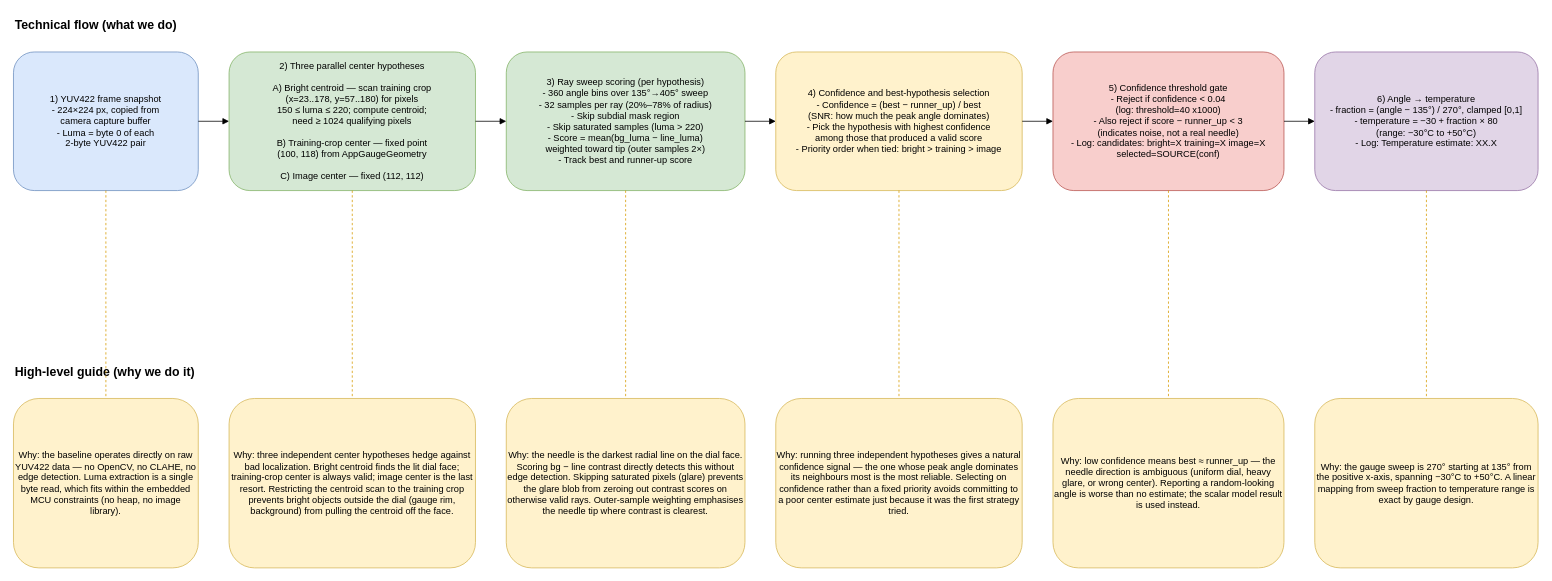
Above: page "Classical_CV_Baseline_Process" (2 of 2) of docs/process_diagrams.drawio in rishi-latchmepersad/embedded-gauge-reading-tinyml (draw.io), before the change. Source tidied: cells renumbered, new cells numbered last; positions are measured from the earlier drawing's top-left corner, leaving out a move shared by most shapes. Both pictures are drawn from the tidied source at 77%, with x=0, y=0 at pixel (13, 13).
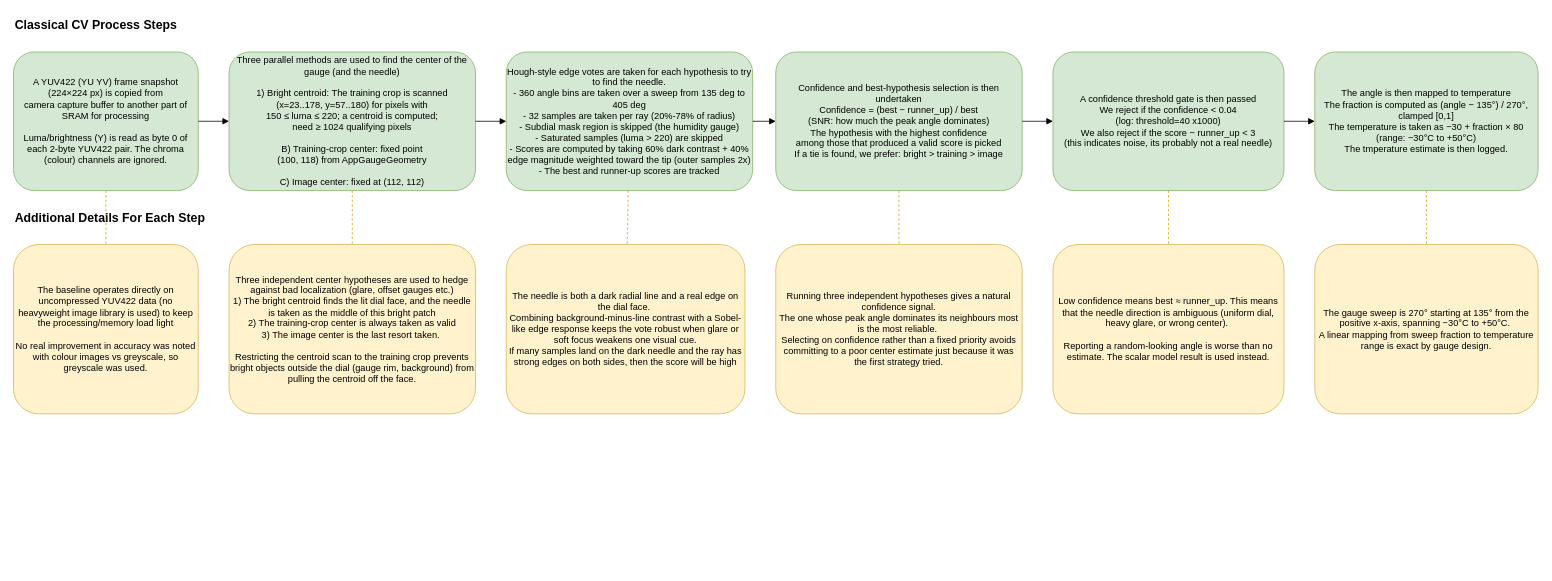
The same page after the edit.

The edit, as a diff of the source:
```diff
@@
-    <mxCell id="2" value="Technical flow (what we do)" style="text;html=1;strokeColor=none;fillColor=none;align=left;verticalAlign=middle;fontStyle=1;fontSize=16;" parent="1" vertex="1">
+    <mxCell id="2" value="Classical CV Process Steps" style="text;html=1;strokeColor=none;fillColor=none;align=left;verticalAlign=middle;fontStyle=1;fontSize=16;" parent="1" vertex="1">
       <mxGeometry width="350" height="30" as="geometry" />
     </mxCell>
-    <mxCell id="3" value="High-level guide (why we do it)" style="text;html=1;strokeColor=none;fillColor=none;align=left;verticalAlign=middle;fontStyle=1;fontSize=16;" parent="1" vertex="1">
-      <mxGeometry y="450" width="360" height="30" as="geometry" />
+    <mxCell id="3" value="Additional Details For Each Step" style="text;html=1;strokeColor=none;fillColor=none;align=left;verticalAlign=middle;fontStyle=1;fontSize=16;" parent="1" vertex="1">
+      <mxGeometry y="250" width="360" height="30" as="geometry" />
     </mxCell>
-    <mxCell id="4" value="1) YUV422 frame snapshot&lt;br&gt;- 224×224 px, copied from&lt;br&gt;  camera capture buffer&lt;br&gt;- Luma = byte 0 of each&lt;br&gt;  2-byte YUV422 pair" style="rounded=1;whiteSpace=wrap;html=1;fillColor=#dae8fc;strokeColor=#6c8ebf;" parent="1" vertex="1">
+    <mxCell id="4" value="A YUV422 (YU YV) frame snapshot&lt;br&gt;(224×224 px) is copied from&lt;br&gt;  camera capture buffer to another part of SRAM for processing&lt;div&gt;&lt;br&gt;Luma/brightness (Y) is read as byte 0 of each 2-byte YUV422 pair. The chroma (colour) channels are ignored.&lt;/div&gt;" style="rounded=1;whiteSpace=wrap;html=1;fillColor=#d5e8d4;strokeColor=#82b366;" parent="1" vertex="1">
       <mxGeometry y="50" width="240" height="180" as="geometry" />
     </mxCell>
-    <mxCell id="5" value="2) Three parallel center hypotheses&lt;br&gt;&lt;br&gt;A) Bright centroid — scan training crop&lt;br&gt;  (x=23..178, y=57..180) for pixels&lt;br&gt;  150 ≤ luma ≤ 220; compute centroid;&lt;br&gt;  need ≥ 1024 qualifying pixels&lt;br&gt;&lt;br&gt;B) Training-crop center — fixed point&lt;br&gt;  (100, 118) from AppGaugeGeometry&lt;br&gt;&lt;br&gt;C) Image center — fixed (112, 112)" style="rounded=1;whiteSpace=wrap;html=1;fillColor=#d5e8d4;strokeColor=#82b366;" parent="1" vertex="1">
+    <mxCell id="5" value="Three parallel methods are used to find the center of the gauge (and the needle)&lt;br&gt;&lt;br&gt;1) Bright centroid: The training crop is scanned&lt;br&gt;  (x=23..178, y=57..180) for pixels with&lt;br&gt;  150 ≤ luma ≤ 220; a centroid is computed;&lt;br&gt;  need ≥ 1024 qualifying pixels&lt;br&gt;&lt;br&gt;B) Training-crop center: fixed point&lt;br&gt;  (100, 118) from AppGaugeGeometry&lt;br&gt;&lt;br&gt;C) Image center: fixed at (112, 112)" style="rounded=1;whiteSpace=wrap;html=1;fillColor=#d5e8d4;strokeColor=#82b366;" parent="1" vertex="1">
       <mxGeometry x="280" y="50" width="320" height="180" as="geometry" />
     </mxCell>
-    <mxCell id="6" value="3) Ray sweep scoring (per hypothesis)&lt;br&gt;- 360 angle bins over 135°→405° sweep&lt;br&gt;- 32 samples per ray (20%–78% of radius)&lt;br&gt;- Skip subdial mask region&lt;br&gt;- Skip saturated samples (luma &gt; 220)&lt;br&gt;- Score = mean(bg_luma − line_luma)&lt;br&gt;  weighted toward tip (outer samples 2×)&lt;br&gt;- Track best and runner-up score" style="rounded=1;whiteSpace=wrap;html=1;fillColor=#d5e8d4;strokeColor=#82b366;" parent="1" vertex="1">
-      <mxGeometry x="640" y="50" width="310" height="180" as="geometry" />
+    <mxCell id="6" value="Hough-style edge votes are taken for each hypothesis to try to find the needle.&lt;br&gt;- 360 angle bins are taken over a sweep from 135 deg to 405 deg&lt;br&gt;- 32 samples are taken per ray (20%-78% of radius)&lt;br&gt;- Subdial mask region is skipped (the humidity gauge)&lt;br&gt;- Saturated samples (luma &amp;gt; 220) are skipped&lt;br&gt;- Scores are computed by taking 60% dark contrast + 40% edge magnitude weighted toward the tip (outer samples 2x)&lt;br&gt;- The best and runner-up scores are tracked" style="rounded=1;whiteSpace=wrap;html=1;fillColor=#d5e8d4;strokeColor=#82b366;" parent="1" vertex="1">
+      <mxGeometry x="640" y="50" width="320" height="180" as="geometry" />
     </mxCell>
-    <mxCell id="7" value="4) Confidence and best-hypothesis selection&lt;br&gt;- Confidence = (best − runner_up) / best&lt;br&gt;  (SNR: how much the peak angle dominates)&lt;br&gt;- Pick the hypothesis with highest confidence&lt;br&gt;  among those that produced a valid score&lt;br&gt;- Priority order when tied: bright &gt; training &gt; image" style="rounded=1;whiteSpace=wrap;html=1;fillColor=#fff2cc;strokeColor=#d6b656;" parent="1" vertex="1">
+    <mxCell id="7" value="Confidence and best-hypothesis selection is then undertaken&lt;br&gt;Confidence = (best − runner_up) / best&lt;br&gt;  (SNR: how much the peak angle dominates)&lt;br&gt;The hypothesis with the highest confidence&lt;br&gt;  among those that produced a valid score is picked&lt;br&gt;If a tie is found, we prefer: bright &amp;gt; training &amp;gt; image" style="rounded=1;whiteSpace=wrap;html=1;fillColor=#d5e8d4;strokeColor=#82b366;" parent="1" vertex="1">
       <mxGeometry x="990" y="50" width="320" height="180" as="geometry" />
     </mxCell>
-    <mxCell id="8" value="5) Confidence threshold gate&lt;br&gt;- Reject if confidence &lt; 0.04&lt;br&gt;  (log: threshold=40 x1000)&lt;br&gt;- Also reject if score − runner_up &lt; 3&lt;br&gt;  (indicates noise, not a real needle)&lt;br&gt;- Log: candidates: bright=X training=X image=X&lt;br&gt;  selected=SOURCE(conf)" style="rounded=1;whiteSpace=wrap;html=1;fillColor=#f8cecc;strokeColor=#b85450;" parent="1" vertex="1">
+    <mxCell id="8" value="A confidence threshold gate is then passed&lt;br&gt;We reject if the confidence &amp;lt; 0.04&lt;br&gt;  (log: threshold=40 x1000)&lt;br&gt;We also reject if the score − runner_up &amp;lt; 3&lt;br&gt;  (this indicates noise, its probably not a real needle)" style="rounded=1;whiteSpace=wrap;html=1;fillColor=#d5e8d4;strokeColor=#82b366;" parent="1" vertex="1">
       <mxGeometry x="1350" y="50" width="300" height="180" as="geometry" />
     </mxCell>
-    <mxCell id="9" value="6) Angle → temperature&lt;br&gt;- fraction = (angle − 135°) / 270°, clamped [0,1]&lt;br&gt;- temperature = −30 + fraction × 80&lt;br&gt;  (range: −30°C to +50°C)&lt;br&gt;- Log: Temperature estimate: XX.X" style="rounded=1;whiteSpace=wrap;html=1;fillColor=#e1d5e7;strokeColor=#9673a6;" parent="1" vertex="1">
+    <mxCell id="9" value="The angle is then mapped to temperature&lt;br&gt;The fraction is computed as (angle − 135°) / 270°, clamped [0,1]&lt;br&gt;The temperature is taken as −30 + fraction × 80&lt;br&gt;  (range: −30°C to +50°C)&lt;br&gt;The tmperature estimate is then logged." style="rounded=1;whiteSpace=wrap;html=1;fillColor=#d5e8d4;strokeColor=#82b366;" parent="1" vertex="1">
       <mxGeometry x="1690" y="50" width="290" height="180" as="geometry" />
     </mxCell>
-    <mxCell id="10" value="Why: the baseline operates directly on raw YUV422 data — no OpenCV, no CLAHE, no edge detection. Luma extraction is a single byte read, which fits within the embedded MCU constraints (no heap, no image library)." style="rounded=1;whiteSpace=wrap;html=1;fillColor=#fff2cc;strokeColor=#d6b656;" parent="1" vertex="1">
-      <mxGeometry y="500" width="240" height="220" as="geometry" />
+    <mxCell id="10" value="The baseline operates directly on uncompressed YUV422 data (no heavyweight image library is used) to keep the processing/memory load light&lt;div&gt;&lt;br&gt;&lt;div&gt;No real improvement in accuracy was noted with colour images vs greyscale, so greyscale was used.&lt;/div&gt;&lt;/div&gt;" style="rounded=1;whiteSpace=wrap;html=1;fillColor=#fff2cc;strokeColor=#d6b656;" parent="1" vertex="1">
+      <mxGeometry y="300" width="240" height="220" as="geometry" />
     </mxCell>
-    <mxCell id="11" value="Why: three independent center hypotheses hedge against bad localization. Bright centroid finds the lit dial face; training-crop center is always valid; image center is the last resort. Restricting the centroid scan to the training crop prevents bright objects outside the dial (gauge rim, background) from pulling the centroid off the face." style="rounded=1;whiteSpace=wrap;html=1;fillColor=#fff2cc;strokeColor=#d6b656;" parent="1" vertex="1">
-      <mxGeometry x="280" y="500" width="320" height="220" as="geometry" />
+    <mxCell id="11" value="Three independent center hypotheses are used to hedge against bad localization (glare, offset gauges etc.)&lt;div&gt;1) The bright centroid finds the lit dial face, and the needle is taken as the middle of this bright patch&lt;/div&gt;&lt;div&gt;2) The training-crop center is always taken as valid&lt;/div&gt;&lt;div&gt;3) The image center is the last resort taken.&amp;nbsp;&lt;/div&gt;&lt;div&gt;&lt;br&gt;&lt;/div&gt;&lt;div&gt;Restricting the centroid scan to the training crop prevents bright objects outside the dial (gauge rim, background) from pulling the centroid off the face.&lt;/div&gt;" style="rounded=1;whiteSpace=wrap;html=1;fillColor=#fff2cc;strokeColor=#d6b656;" parent="1" vertex="1">
+      <mxGeometry x="280" y="300" width="320" height="220" as="geometry" />
     </mxCell>
-    <mxCell id="12" value="Why: the needle is the darkest radial line on the dial face. Scoring bg − line contrast directly detects this without edge detection. Skipping saturated pixels (glare) prevents the glare blob from zeroing out contrast scores on otherwise valid rays. Outer-sample weighting emphasises the needle tip where contrast is clearest." style="rounded=1;whiteSpace=wrap;html=1;fillColor=#fff2cc;strokeColor=#d6b656;" parent="1" vertex="1">
-      <mxGeometry x="640" y="500" width="310" height="220" as="geometry" />
+    <mxCell id="12" value="The needle is both a dark radial line and a real edge on the dial face.&amp;nbsp;&lt;div&gt;Combining background-minus-line contrast with a Sobel-like edge response keeps the vote robust when glare or soft focus weakens one visual cue.&lt;/div&gt;&lt;div&gt;If many samples land on the dark needle and the ray has strong edges on both sides, then the score will be high&lt;/div&gt;" style="rounded=1;whiteSpace=wrap;html=1;fillColor=#fff2cc;strokeColor=#d6b656;" parent="1" vertex="1">
+      <mxGeometry x="640" y="300" width="310" height="220" as="geometry" />
     </mxCell>
-    <mxCell id="13" value="Why: running three independent hypotheses gives a natural confidence signal — the one whose peak angle dominates its neighbours most is the most reliable. Selecting on confidence rather than a fixed priority avoids committing to a poor center estimate just because it was the first strategy tried." style="rounded=1;whiteSpace=wrap;html=1;fillColor=#fff2cc;strokeColor=#d6b656;" parent="1" vertex="1">
-      <mxGeometry x="990" y="500" width="320" height="220" as="geometry" />
+    <mxCell id="13" value="Running three independent hypotheses gives a natural confidence signal.&lt;div&gt;The one whose peak angle dominates its neighbours most is the most reliable.&amp;nbsp;&lt;/div&gt;&lt;div&gt;Selecting on confidence rather than a fixed priority avoids committing to a poor center estimate just because it was the first strategy tried.&lt;/div&gt;" style="rounded=1;whiteSpace=wrap;html=1;fillColor=#fff2cc;strokeColor=#d6b656;" parent="1" vertex="1">
+      <mxGeometry x="990" y="300" width="320" height="220" as="geometry" />
     </mxCell>
-    <mxCell id="14" value="Why: low confidence means best ≈ runner_up — the needle direction is ambiguous (uniform dial, heavy glare, or wrong center). Reporting a random-looking angle is worse than no estimate; the scalar model result is used instead." style="rounded=1;whiteSpace=wrap;html=1;fillColor=#fff2cc;strokeColor=#d6b656;" parent="1" vertex="1">
-      <mxGeometry x="1350" y="500" width="300" height="220" as="geometry" />
+    <mxCell id="14" value="Low confidence means best ≈ runner_up. This means that the needle direction is ambiguous (uniform dial, heavy glare, or wrong center).&amp;nbsp;&lt;div&gt;&lt;br&gt;&lt;/div&gt;&lt;div&gt;Reporting a random-looking angle is worse than no estimate. The scalar model result is used instead.&lt;/div&gt;" style="rounded=1;whiteSpace=wrap;html=1;fillColor=#fff2cc;strokeColor=#d6b656;" parent="1" vertex="1">
+      <mxGeometry x="1350" y="300" width="300" height="220" as="geometry" />
     </mxCell>
-    <mxCell id="15" value="Why: the gauge sweep is 270° starting at 135° from the positive x-axis, spanning −30°C to +50°C. A linear mapping from sweep fraction to temperature range is exact by gauge design." style="rounded=1;whiteSpace=wrap;html=1;fillColor=#fff2cc;strokeColor=#d6b656;" parent="1" vertex="1">
-      <mxGeometry x="1690" y="500" width="290" height="220" as="geometry" />
+    <mxCell id="15" value="The gauge sweep is 270° starting at 135° from the positive x-axis, spanning −30°C to +50°C.&amp;nbsp;&lt;div&gt;A linear mapping from sweep fraction to temperature range is exact by gauge design.&lt;/div&gt;" style="rounded=1;whiteSpace=wrap;html=1;fillColor=#fff2cc;strokeColor=#d6b656;" parent="1" vertex="1">
+      <mxGeometry x="1690" y="300" width="290" height="220" as="geometry" />
     </mxCell>
```
